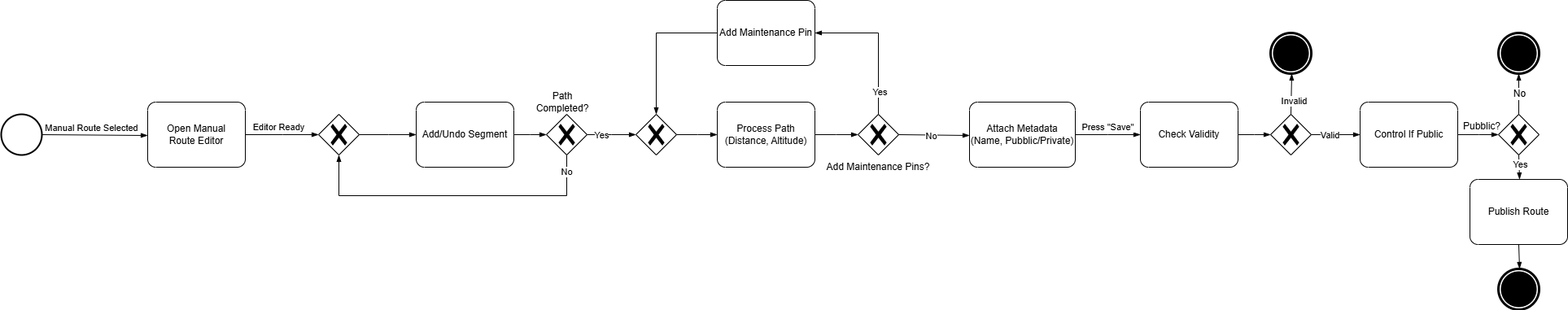
Above: RASD/LaTeXCode/images/StateDiagrams/ManualRouteCreation.drawio.png in jacopobellosi/Bellosi-Montanelli-Tempobono (draw.io), before the change. Source tidied: cells renumbered, new cells last; positions are measured from the earlier drawing's top-left corner, leaving out a move shared by most shapes.
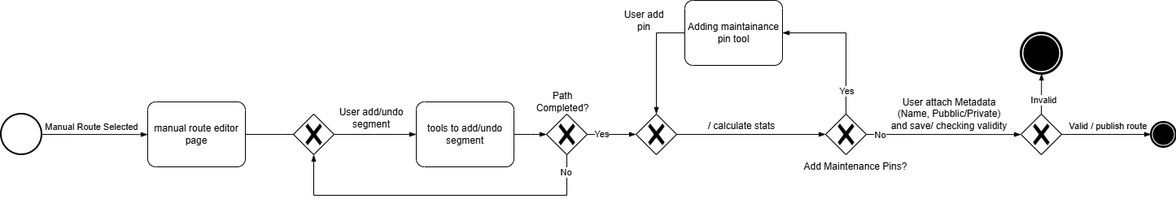
Later version of the same file.

Diff of the diagram source:
```diff
@@ -13,7 +13,7 @@
         <mxPoint x="7" y="-13" as="offset" />
       </mxGeometry>
     </mxCell>
-    <mxCell id="5" value="Open Manual&lt;div&gt;Route Editor&lt;/div&gt;" style="points=[[0.25,0,0],[0.5,0,0],[0.75,0,0],[1,0.25,0],[1,0.5,0],[1,0.75,0],[0.75,1,0],[0.5,1,0],[0.25,1,0],[0,0.75,0],[0,0.5,0],[0,0.25,0]];shape=mxgraph.bpmn.task2;whiteSpace=wrap;rectStyle=rounded;size=10;html=1;taskMarker=abstract;" parent="1" vertex="1">
+    <mxCell id="5" value="manual route editor page" style="points=[[0.25,0,0],[0.5,0,0],[0.75,0,0],[1,0.25,0],[1,0.5,0],[1,0.75,0],[0.75,1,0],[0.5,1,0],[0.25,1,0],[0,0.75,0],[0,0.5,0],[0,0.25,0]];shape=mxgraph.bpmn.task2;whiteSpace=wrap;rectStyle=rounded;size=10;html=1;taskMarker=abstract;" parent="1" vertex="1">
       <mxGeometry x="180" y="125" width="120" height="80" as="geometry" />
     </mxCell>
     <mxCell id="6" style="edgeStyle=elbowEdgeStyle;fontSize=12;html=1;endArrow=blockThin;endFill=1;rounded=0;exitX=1;exitY=0.5;exitDx=0;exitDy=0;exitPerimeter=0;" parent="1" edge="1" source="5">
@@ -21,15 +21,10 @@
         <mxPoint x="390" y="165" as="targetPoint" />
       </mxGeometry>
     </mxCell>
-    <mxCell id="7" value="Editor Ready" style="edgeLabel;html=1;align=center;verticalAlign=middle;" parent="6" vertex="1">
-      <mxGeometry x="-0.15" y="-1" relative="1" as="geometry">
-        <mxPoint x="2" y="-11" as="offset" />
-      </mxGeometry>
-    </mxCell>
     <mxCell id="8" style="points=[[0.25,0.25,0],[0.5,0,0],[0.75,0.25,0],[1,0.5,0],[0.75,0.75,0],[0.5,1,0],[0.25,0.75,0],[0,0.5,0]];shape=mxgraph.bpmn.gateway2;html=1;verticalLabelPosition=bottom;labelBackgroundColor=#ffffff;verticalAlign=top;align=center;perimeter=rhombusPerimeter;outlineConnect=0;outline=none;symbol=none;gwType=exclusive;" parent="1" vertex="1">
-      <mxGeometry x="390" y="140" width="50" height="50" as="geometry" />
+      <mxGeometry x="359" y="140" width="50" height="50" as="geometry" />
     </mxCell>
-    <mxCell id="9" value="Add/Undo Segment" style="points=[[0.25,0,0],[0.5,0,0],[0.75,0,0],[1,0.25,0],[1,0.5,0],[1,0.75,0],[0.75,1,0],[0.5,1,0],[0.25,1,0],[0,0.75,0],[0,0.5,0],[0,0.25,0]];shape=mxgraph.bpmn.task2;whiteSpace=wrap;rectStyle=rounded;size=10;html=1;taskMarker=abstract;" parent="1" vertex="1">
+    <mxCell id="9" value="tools to add/undo segment" style="points=[[0.25,0,0],[0.5,0,0],[0.75,0,0],[1,0.25,0],[1,0.5,0],[1,0.75,0],[0.75,1,0],[0.5,1,0],[0.25,1,0],[0,0.75,0],[0,0.5,0],[0,0.25,0]];shape=mxgraph.bpmn.task2;whiteSpace=wrap;rectStyle=rounded;size=10;html=1;taskMarker=abstract;" parent="1" vertex="1">
       <mxGeometry x="510" y="125" width="120" height="80" as="geometry" />
     </mxCell>
     <mxCell id="10" style="edgeStyle=elbowEdgeStyle;fontSize=12;html=1;endArrow=blockThin;endFill=1;rounded=0;exitX=1;exitY=0.5;exitDx=0;exitDy=0;exitPerimeter=0;entryX=0;entryY=0.5;entryDx=0;entryDy=0;entryPerimeter=0;" parent="1" edge="1" source="8" target="9">
@@ -62,28 +57,22 @@
     <mxCell id="17" value="Path Completed?" style="text;html=1;whiteSpace=wrap;strokeColor=none;fillColor=none;align=center;verticalAlign=middle;rounded=0;" parent="1" vertex="1">
       <mxGeometry x="660" y="110" width="60" height="30" as="geometry" />
     </mxCell>
-    <mxCell id="18" value="Process Path&lt;div&gt;(Distance, Altitude)&lt;/div&gt;" style="points=[[0.25,0,0],[0.5,0,0],[0.75,0,0],[1,0.25,0],[1,0.5,0],[1,0.75,0],[0.75,1,0],[0.5,1,0],[0.25,1,0],[0,0.75,0],[0,0.5,0],[0,0.25,0]];shape=mxgraph.bpmn.task2;whiteSpace=wrap;rectStyle=rounded;size=10;html=1;taskMarker=abstract;" parent="1" vertex="1">
-      <mxGeometry x="880" y="125" width="120" height="80" as="geometry" />
-    </mxCell>
-    <mxCell id="19" style="edgeStyle=elbowEdgeStyle;fontSize=12;html=1;endArrow=blockThin;endFill=1;rounded=0;exitX=1;exitY=0.5;exitDx=0;exitDy=0;exitPerimeter=0;entryX=0;entryY=0.5;entryDx=0;entryDy=0;entryPerimeter=0;" parent="1" edge="1" source="18" target="20">
-      <mxGeometry relative="1" as="geometry" />
-    </mxCell>
     <mxCell id="20" style="points=[[0.25,0.25,0],[0.5,0,0],[0.75,0.25,0],[1,0.5,0],[0.75,0.75,0],[0.5,1,0],[0.25,0.75,0],[0,0.5,0]];shape=mxgraph.bpmn.gateway2;html=1;verticalLabelPosition=bottom;labelBackgroundColor=#ffffff;verticalAlign=top;align=center;perimeter=rhombusPerimeter;outlineConnect=0;outline=none;symbol=none;gwType=exclusive;" parent="1" vertex="1">
-      <mxGeometry x="1053" y="140" width="50" height="50" as="geometry" />
+      <mxGeometry x="1013" y="140" width="50" height="50" as="geometry" />
     </mxCell>
-    <mxCell id="21" style="edgeStyle=elbowEdgeStyle;fontSize=12;html=1;endArrow=blockThin;endFill=1;rounded=0;exitX=1;exitY=0.5;exitDx=0;exitDy=0;exitPerimeter=0;elbow=vertical;entryX=0;entryY=0.5;entryDx=0;entryDy=0;entryPerimeter=0;" parent="1" edge="1" source="20" target="30">
+    <mxCell id="21" style="edgeStyle=elbowEdgeStyle;fontSize=12;html=1;endArrow=blockThin;endFill=1;rounded=0;exitX=1;exitY=0.5;exitDx=0;exitDy=0;exitPerimeter=0;elbow=vertical;entryX=0;entryY=0.5;entryDx=0;entryDy=0;entryPerimeter=0;" parent="1" edge="1" source="20" target="35">
       <mxGeometry relative="1" as="geometry" />
     </mxCell>
     <mxCell id="22" value="No" style="edgeLabel;html=1;align=center;verticalAlign=middle;" parent="21" vertex="1">
       <mxGeometry x="0.2" relative="1" as="geometry">
-        <mxPoint x="-14" as="offset" />
+        <mxPoint x="-97" as="offset" />
       </mxGeometry>
     </mxCell>
     <mxCell id="23" value="Add Mainten&lt;span style=&quot;background-color: transparent; color: light-dark(rgb(0, 0, 0), rgb(255, 255, 255));&quot;&gt;ance Pins?&lt;/span&gt;" style="text;html=1;whiteSpace=wrap;strokeColor=none;fillColor=none;align=center;verticalAlign=middle;rounded=0;" parent="1" vertex="1">
-      <mxGeometry x="978" y="190" width="200" height="30" as="geometry" />
+      <mxGeometry x="950" y="190" width="200" height="30" as="geometry" />
     </mxCell>
-    <mxCell id="24" value="Add Maintenance Pin" style="points=[[0.25,0,0],[0.5,0,0],[0.75,0,0],[1,0.25,0],[1,0.5,0],[1,0.75,0],[0.75,1,0],[0.5,1,0],[0.25,1,0],[0,0.75,0],[0,0.5,0],[0,0.25,0]];shape=mxgraph.bpmn.task2;whiteSpace=wrap;rectStyle=rounded;size=10;html=1;taskMarker=abstract;" parent="1" vertex="1">
-      <mxGeometry x="880" width="120" height="80" as="geometry" />
+    <mxCell id="24" value="Adding maintainance pin tool" style="points=[[0.25,0,0],[0.5,0,0],[0.75,0,0],[1,0.25,0],[1,0.5,0],[1,0.75,0],[0.75,1,0],[0.5,1,0],[0.25,1,0],[0,0.75,0],[0,0.5,0],[0,0.25,0]];shape=mxgraph.bpmn.task2;whiteSpace=wrap;rectStyle=rounded;size=10;html=1;taskMarker=abstract;" parent="1" vertex="1">
+      <mxGeometry x="840" width="120" height="80" as="geometry" />
     </mxCell>
     <mxCell id="25" style="edgeStyle=orthogonalEdgeStyle;fontSize=12;html=1;endArrow=blockThin;endFill=1;rounded=0;exitX=0.5;exitY=0;exitDx=0;exitDy=0;exitPerimeter=0;entryX=1;entryY=0.5;entryDx=0;entryDy=0;entryPerimeter=0;" parent="1" edge="1" source="20" target="24">
       <mxGeometry relative="1" as="geometry" />
@@ -94,34 +83,17 @@
     <mxCell id="27" style="points=[[0.25,0.25,0],[0.5,0,0],[0.75,0.25,0],[1,0.5,0],[0.75,0.75,0],[0.5,1,0],[0.25,0.75,0],[0,0.5,0]];shape=mxgraph.bpmn.gateway2;html=1;verticalLabelPosition=bottom;labelBackgroundColor=#ffffff;verticalAlign=top;align=center;perimeter=rhombusPerimeter;outlineConnect=0;outline=none;symbol=none;gwType=exclusive;" parent="1" vertex="1">
       <mxGeometry x="780" y="140" width="50" height="50" as="geometry" />
     </mxCell>
-    <mxCell id="28" style="edgeStyle=elbowEdgeStyle;fontSize=12;html=1;endArrow=blockThin;endFill=1;rounded=0;exitX=1;exitY=0.5;exitDx=0;exitDy=0;exitPerimeter=0;entryX=0;entryY=0.5;entryDx=0;entryDy=0;entryPerimeter=0;" parent="1" edge="1" source="27" target="18">
+    <mxCell id="28" style="edgeStyle=elbowEdgeStyle;fontSize=12;html=1;endArrow=blockThin;endFill=1;rounded=0;exitX=1;exitY=0.5;exitDx=0;exitDy=0;exitPerimeter=0;entryX=0;entryY=0.5;entryDx=0;entryDy=0;entryPerimeter=0;" parent="1" edge="1" source="27" target="20">
       <mxGeometry relative="1" as="geometry" />
     </mxCell>
     <mxCell id="29" style="edgeStyle=orthogonalEdgeStyle;fontSize=12;html=1;endArrow=blockThin;endFill=1;rounded=0;exitX=0;exitY=0.5;exitDx=0;exitDy=0;exitPerimeter=0;entryX=0.5;entryY=0;entryDx=0;entryDy=0;entryPerimeter=0;" parent="1" edge="1" source="24" target="27">
       <mxGeometry relative="1" as="geometry" />
     </mxCell>
-    <mxCell id="30" value="Attach Metadata&lt;div&gt;(Name, Pubblic/Private)&lt;/div&gt;" style="points=[[0.25,0,0],[0.5,0,0],[0.75,0,0],[1,0.25,0],[1,0.5,0],[1,0.75,0],[0.75,1,0],[0.5,1,0],[0.25,1,0],[0,0.75,0],[0,0.5,0],[0,0.25,0]];shape=mxgraph.bpmn.task2;whiteSpace=wrap;rectStyle=rounded;size=10;html=1;taskMarker=abstract;" parent="1" vertex="1">
-      <mxGeometry x="1190" y="125" width="130" height="80" as="geometry" />
-    </mxCell>
-    <mxCell id="31" style="edgeStyle=elbowEdgeStyle;fontSize=12;html=1;endArrow=blockThin;endFill=1;rounded=0;exitX=1;exitY=0.5;exitDx=0;exitDy=0;exitPerimeter=0;entryX=0;entryY=0.5;entryDx=0;entryDy=0;entryPerimeter=0;" parent="1" edge="1" source="30" target="33">
-      <mxGeometry relative="1" as="geometry" />
-    </mxCell>
-    <mxCell id="32" value="Press &quot;Save&quot;" style="edgeLabel;html=1;align=center;verticalAlign=middle;" parent="31" vertex="1">
-      <mxGeometry x="-0.27" y="4" relative="1" as="geometry">
-        <mxPoint x="9" y="-6" as="offset" />
-      </mxGeometry>
-    </mxCell>
-    <mxCell id="33" value="Check Validity" style="points=[[0.25,0,0],[0.5,0,0],[0.75,0,0],[1,0.25,0],[1,0.5,0],[1,0.75,0],[0.75,1,0],[0.5,1,0],[0.25,1,0],[0,0.75,0],[0,0.5,0],[0,0.25,0]];shape=mxgraph.bpmn.task2;whiteSpace=wrap;rectStyle=rounded;size=10;html=1;taskMarker=abstract;" parent="1" vertex="1">
-      <mxGeometry x="1400" y="125" width="120" height="80" as="geometry" />
-    </mxCell>
-    <mxCell id="34" style="edgeStyle=elbowEdgeStyle;fontSize=12;html=1;endArrow=blockThin;endFill=1;rounded=0;exitX=1;exitY=0.5;exitDx=0;exitDy=0;exitPerimeter=0;entryX=0;entryY=0.5;entryDx=0;entryDy=0;entryPerimeter=0;" parent="1" edge="1" source="33" target="35">
-      <mxGeometry relative="1" as="geometry" />
-    </mxCell>
     <mxCell id="35" style="points=[[0.25,0.25,0],[0.5,0,0],[0.75,0.25,0],[1,0.5,0],[0.75,0.75,0],[0.5,1,0],[0.25,0.75,0],[0,0.5,0]];shape=mxgraph.bpmn.gateway2;html=1;verticalLabelPosition=bottom;labelBackgroundColor=#ffffff;verticalAlign=top;align=center;perimeter=rhombusPerimeter;outlineConnect=0;outline=none;symbol=none;gwType=exclusive;" parent="1" vertex="1">
-      <mxGeometry x="1560" y="140" width="50" height="50" as="geometry" />
+      <mxGeometry x="1253" y="140" width="50" height="50" as="geometry" />
     </mxCell>
     <mxCell id="36" style="points=[[0.145,0.145,0],[0.5,0,0],[0.855,0.145,0],[1,0.5,0],[0.855,0.855,0],[0.5,1,0],[0.145,0.855,0],[0,0.5,0]];shape=mxgraph.bpmn.event;html=1;verticalLabelPosition=bottom;labelBackgroundColor=#ffffff;verticalAlign=top;align=center;perimeter=ellipsePerimeter;outlineConnect=0;outline=end;symbol=terminate;" parent="1" vertex="1">
-      <mxGeometry x="1560" y="40" width="50" height="50" as="geometry" />
+      <mxGeometry x="1253" y="40" width="50" height="50" as="geometry" />
     </mxCell>
     <mxCell id="37" style="edgeStyle=elbowEdgeStyle;fontSize=12;html=1;endArrow=blockThin;endFill=1;rounded=0;exitX=0.5;exitY=0;exitDx=0;exitDy=0;exitPerimeter=0;entryX=0.5;entryY=1;entryDx=0;entryDy=0;entryPerimeter=0;elbow=horizontal;" parent="1" edge="1" source="35" target="36">
       <mxGeometry relative="1" as="geometry" />
@@ -129,50 +101,28 @@
     <mxCell id="38" value="Invalid" style="edgeLabel;html=1;align=center;verticalAlign=middle;" parent="37" vertex="1">
       <mxGeometry x="-0.3" y="-2" relative="1" as="geometry" />
     </mxCell>
-    <mxCell id="39" style="edgeStyle=elbowEdgeStyle;fontSize=12;html=1;endArrow=blockThin;endFill=1;rounded=0;exitX=1;exitY=0.5;exitDx=0;exitDy=0;exitPerimeter=0;" parent="1" edge="1" source="35">
-      <mxGeometry relative="1" as="geometry">
-        <mxPoint x="1670" y="165" as="targetPoint" />
-      </mxGeometry>
+    <mxCell id="39" style="edgeStyle=elbowEdgeStyle;fontSize=12;html=1;endArrow=blockThin;endFill=1;rounded=0;exitX=1;exitY=0.5;exitDx=0;exitDy=0;exitPerimeter=0;entryX=0;entryY=0.5;entryDx=0;entryDy=0;entryPerimeter=0;" parent="1" edge="1" source="35" target="56">
+      <mxGeometry relative="1" as="geometry" />
     </mxCell>
-    <mxCell id="40" value="Valid" style="edgeLabel;html=1;align=center;verticalAlign=middle;" parent="39" vertex="1">
+    <mxCell id="40" value="Valid / publish route" style="edgeLabel;html=1;align=center;verticalAlign=middle;" parent="39" vertex="1">
       <mxGeometry x="-0.38" relative="1" as="geometry">
-        <mxPoint x="4" as="offset" />
+        <mxPoint x="22" y="-10" as="offset" />
       </mxGeometry>
     </mxCell>
-    <mxCell id="41" value="Control If Public" style="points=[[0.25,0,0],[0.5,0,0],[0.75,0,0],[1,0.25,0],[1,0.5,0],[1,0.75,0],[0.75,1,0],[0.5,1,0],[0.25,1,0],[0,0.75,0],[0,0.5,0],[0,0.25,0]];shape=mxgraph.bpmn.task2;whiteSpace=wrap;rectStyle=rounded;size=10;html=1;taskMarker=abstract;" parent="1" vertex="1">
-      <mxGeometry x="1670" y="125" width="120" height="80" as="geometry" />
-    </mxCell>
-    <mxCell id="42" style="points=[[0.25,0.25,0],[0.5,0,0],[0.75,0.25,0],[1,0.5,0],[0.75,0.75,0],[0.5,1,0],[0.25,0.75,0],[0,0.5,0]];shape=mxgraph.bpmn.gateway2;html=1;verticalLabelPosition=bottom;labelBackgroundColor=#ffffff;verticalAlign=top;align=center;perimeter=rhombusPerimeter;outlineConnect=0;outline=none;symbol=none;gwType=exclusive;" parent="1" vertex="1">
-      <mxGeometry x="1840" y="140" width="50" height="50" as="geometry" />
-    </mxCell>
-    <mxCell id="43" style="edgeStyle=elbowEdgeStyle;fontSize=12;html=1;endArrow=blockThin;endFill=1;rounded=0;exitX=1;exitY=0.5;exitDx=0;exitDy=0;exitPerimeter=0;entryX=0;entryY=0.5;entryDx=0;entryDy=0;entryPerimeter=0;" parent="1" edge="1" source="41" target="42">
-      <mxGeometry relative="1" as="geometry" />
-    </mxCell>
-    <mxCell id="44" value="No" style="edgeStyle=elbowEdgeStyle;fontSize=12;html=1;endArrow=blockThin;endFill=1;rounded=0;exitX=0.5;exitY=0;exitDx=0;exitDy=0;exitPerimeter=0;" parent="1" edge="1" source="42" target="45">
-      <mxGeometry relative="1" as="geometry" />
-    </mxCell>
-    <mxCell id="45" style="points=[[0.145,0.145,0],[0.5,0,0],[0.855,0.145,0],[1,0.5,0],[0.855,0.855,0],[0.5,1,0],[0.145,0.855,0],[0,0.5,0]];shape=mxgraph.bpmn.event;html=1;verticalLabelPosition=bottom;labelBackgroundColor=#ffffff;verticalAlign=top;align=center;perimeter=ellipsePerimeter;outlineConnect=0;outline=end;symbol=terminate;" parent="1" vertex="1">
-      <mxGeometry x="1840" y="40" width="50" height="50" as="geometry" />
-    </mxCell>
-    <mxCell id="46" value="Pubblic?" style="text;html=1;whiteSpace=wrap;strokeColor=none;fillColor=none;align=center;verticalAlign=middle;rounded=0;" parent="1" vertex="1">
-      <mxGeometry x="1790" y="140" width="60" height="30" as="geometry" />
-    </mxCell>
-    <mxCell id="47" style="points=[[0.145,0.145,0],[0.5,0,0],[0.855,0.145,0],[1,0.5,0],[0.855,0.855,0],[0.5,1,0],[0.145,0.855,0],[0,0.5,0]];shape=mxgraph.bpmn.event;html=1;verticalLabelPosition=bottom;labelBackgroundColor=#ffffff;verticalAlign=top;align=center;perimeter=ellipsePerimeter;outlineConnect=0;outline=end;symbol=terminate;" parent="1" vertex="1">
-      <mxGeometry x="1840" y="330" width="50" height="50" as="geometry" />
-    </mxCell>
-    <mxCell id="48" value="Publish Route" style="points=[[0.25,0,0],[0.5,0,0],[0.75,0,0],[1,0.25,0],[1,0.5,0],[1,0.75,0],[0.75,1,0],[0.5,1,0],[0.25,1,0],[0,0.75,0],[0,0.5,0],[0,0.25,0]];shape=mxgraph.bpmn.task2;whiteSpace=wrap;rectStyle=rounded;size=10;html=1;taskMarker=abstract;" parent="1" vertex="1">
-      <mxGeometry x="1805" y="220" width="120" height="80" as="geometry" />
-    </mxCell>
-    <mxCell id="49" style="edgeStyle=elbowEdgeStyle;fontSize=12;html=1;endArrow=blockThin;endFill=1;rounded=0;exitX=0.5;exitY=1;exitDx=0;exitDy=0;exitPerimeter=0;entryX=0.5;entryY=0;entryDx=0;entryDy=0;entryPerimeter=0;elbow=horizontal;" parent="1" edge="1" source="42" target="48">
-      <mxGeometry relative="1" as="geometry" />
-    </mxCell>
-    <mxCell id="50" value="Yes" style="edgeLabel;html=1;align=center;verticalAlign=middle;" parent="49" vertex="1">
-      <mxGeometry x="-0.3" y="2" relative="1" as="geometry">
-        <mxPoint x="-2" as="offset" />
-      </mxGeometry>
-    </mxCell>
-    <mxCell id="51" style="edgeStyle=elbowEdgeStyle;fontSize=12;html=1;endArrow=blockThin;endFill=1;rounded=0;exitX=0.5;exitY=1;exitDx=0;exitDy=0;exitPerimeter=0;entryX=0.5;entryY=0;entryDx=0;entryDy=0;entryPerimeter=0;" parent="1" edge="1" source="48" target="47">
-      <mxGeometry relative="1" as="geometry" />
-    </mxCell>
+    <mxCell id="52" value="User add/undo segment" style="text;html=1;whiteSpace=wrap;strokeColor=none;fillColor=none;align=center;verticalAlign=middle;rounded=0;" parent="1" vertex="1">
+      <mxGeometry x="400" y="130" width="110" height="30" as="geometry" />
+    </mxCell>
+    <mxCell id="53" value="User add pin" style="text;html=1;whiteSpace=wrap;strokeColor=none;fillColor=none;align=center;verticalAlign=middle;rounded=0;" parent="1" vertex="1">
+      <mxGeometry x="760" y="10" width="60" height="30" as="geometry" />
+    </mxCell>
+    <mxCell id="54" value="/ calculate stats" style="text;html=1;whiteSpace=wrap;strokeColor=none;fillColor=none;align=center;verticalAlign=middle;rounded=0;" parent="1" vertex="1">
+      <mxGeometry x="860" y="140" width="100" height="30" as="geometry" />
+    </mxCell>
+    <mxCell id="55" value="User attach Metadata&lt;div&gt;(Name, Pubblic/Private) and save/ checking validity&lt;/div&gt;" style="text;html=1;whiteSpace=wrap;strokeColor=none;fillColor=none;align=center;verticalAlign=middle;rounded=0;" parent="1" vertex="1">
+      <mxGeometry x="1090" y="125" width="150" height="30" as="geometry" />
+    </mxCell>
+    <mxCell id="56" style="points=[[0.145,0.145,0],[0.5,0,0],[0.855,0.145,0],[1,0.5,0],[0.855,0.855,0],[0.5,1,0],[0.145,0.855,0],[0,0.5,0]];shape=mxgraph.bpmn.event;html=1;verticalLabelPosition=bottom;labelBackgroundColor=#ffffff;verticalAlign=top;align=center;perimeter=ellipsePerimeter;outlineConnect=0;outline=end;symbol=terminate;" parent="1" vertex="1">
+      <mxGeometry x="1413" y="150" width="30" height="30" as="geometry" />
+    </mxCell>
   </root>
 </mxGraphModel>
```
